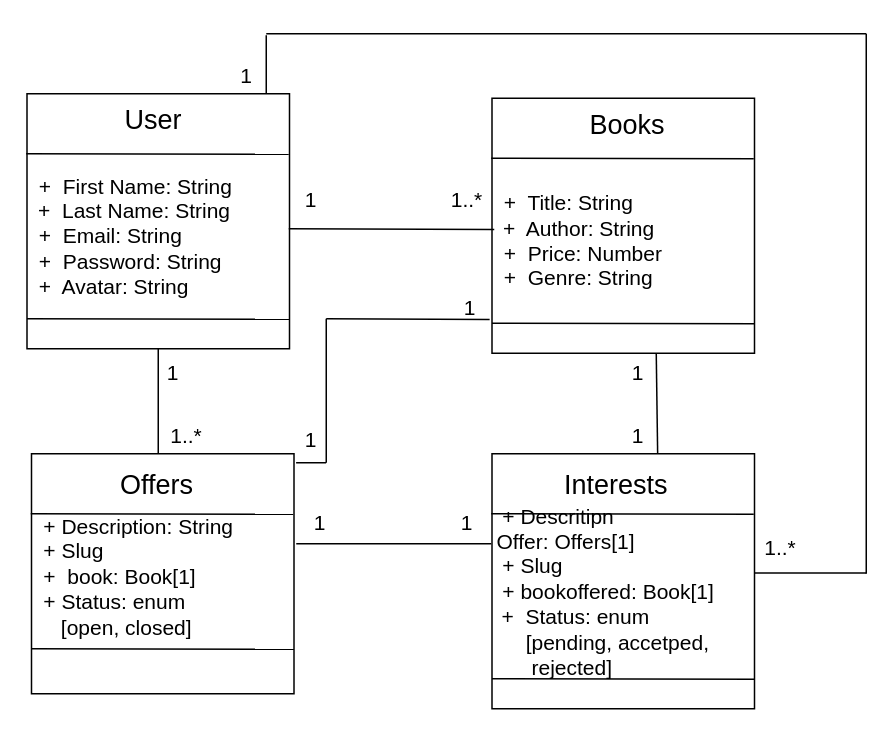
Above: Designs/Database/Project Datamodel.drawio.xml in MUHAMMADFARHAN1/Buchtausch (draw.io), before the change. Source tidied: cells renumbered, new cells numbered last; positions are measured from the earlier drawing's top-left corner, leaving out a move shared by most shapes. Both pictures are drawn from the tidied source at 150%, with x=0, y=0 at pixel (26, 33).
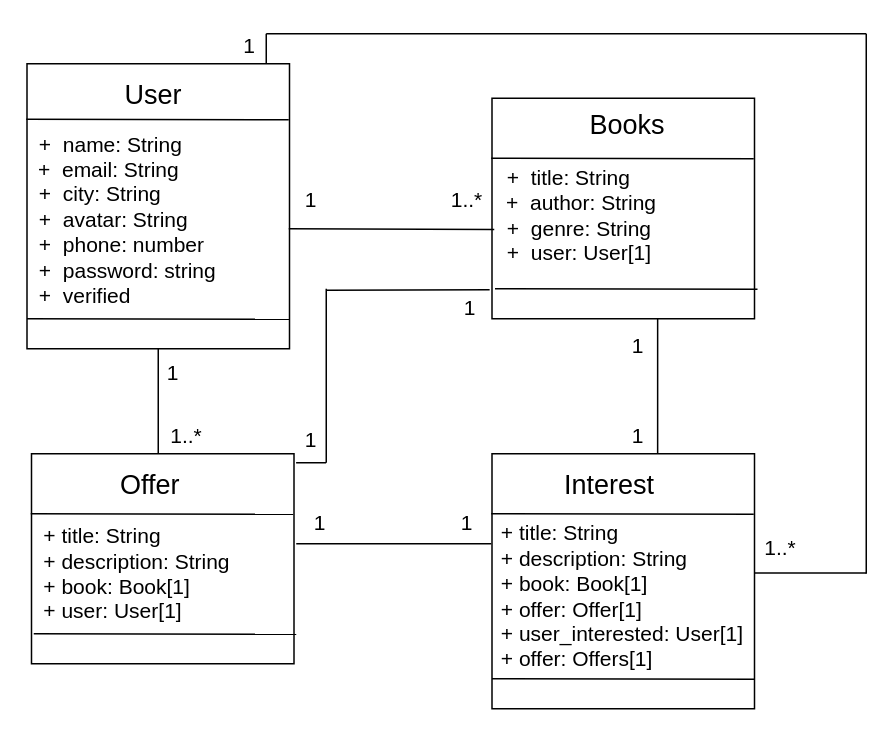
The same diagram, later.

Unchanged cells that the change refers to:
```xml
<mxCell id="17" style="rounded=0;whiteSpace=wrap;html=1;" parent="1" vertex="1">
  <mxGeometry x="310.5" y="280" width="175" height="170" as="geometry" />
</mxCell>
```

The edit, as a diff of the source:
```diff
@@
     <mxCell id="2" style="rounded=0;whiteSpace=wrap;html=1;" parent="1" vertex="1">
-      <mxGeometry x="0.5" y="40" width="175" height="170" as="geometry" />
+      <mxGeometry x="0.5" y="20" width="175" height="190" as="geometry" />
     </mxCell>
     <mxCell id="3" style="endArrow=none;html=1;rounded=0;" parent="1" edge="1">
       <mxGeometry relative="1" as="geometry">
-        <mxPoint y="80" as="sourcePoint" />
-        <mxPoint x="175" y="80.4" as="targetPoint" />
+        <mxPoint y="57" as="sourcePoint" />
+        <mxPoint x="175" y="57.4" as="targetPoint" />
       </mxGeometry>
     </mxCell>
     <mxCell id="4" value="&lt;font style=&quot;font-size: 18px;&quot;&gt;User&lt;/font&gt;" style="text;strokeColor=none;fillColor=none;align=left;verticalAlign=middle;spacingLeft=4;spacingRight=4;overflow=hidden;whiteSpace=wrap;html=1;" parent="1" vertex="1">
-      <mxGeometry x="60" y="43" width="75" height="30" as="geometry" />
+      <mxGeometry x="60" y="26" width="75" height="30" as="geometry" />
     </mxCell>
-    <mxCell id="5" value="&lt;font style=&quot;font-size: 14px;&quot;&gt;&amp;nbsp;+&amp;nbsp; First Name: String&lt;/font&gt;&lt;div&gt;&lt;font style=&quot;&quot;&gt;&amp;nbsp;&lt;font style=&quot;font-size: 14px;&quot;&gt;+&amp;nbsp; Last Name: String&lt;/font&gt;&lt;/font&gt;&lt;/div&gt;&lt;div&gt;&lt;font style=&quot;font-size: 14px;&quot;&gt;&amp;nbsp;+&amp;nbsp; Email: String&lt;/font&gt;&lt;/div&gt;&lt;div&gt;&lt;font style=&quot;font-size: 14px;&quot;&gt;&amp;nbsp;+&amp;nbsp; Password: String&lt;/font&gt;&lt;/div&gt;&lt;div&gt;&lt;font style=&quot;font-size: 14px;&quot;&gt;&amp;nbsp;+&amp;nbsp; Avatar: String&lt;/font&gt;&lt;/div&gt;" style="text;html=1;align=left;verticalAlign=middle;whiteSpace=wrap;rounded=0;" parent="1" vertex="1">
-      <mxGeometry x="3" y="120" width="170" height="30" as="geometry" />
+    <mxCell id="5" value="&lt;font style=&quot;font-size: 14px;&quot;&gt;&amp;nbsp;+&amp;nbsp; name: String&lt;/font&gt;&lt;div&gt;&lt;font style=&quot;&quot;&gt;&amp;nbsp;&lt;font style=&quot;font-size: 14px;&quot;&gt;+&amp;nbsp; email: String&lt;/font&gt;&lt;/font&gt;&lt;/div&gt;&lt;div&gt;&lt;font style=&quot;font-size: 14px;&quot;&gt;&amp;nbsp;+&amp;nbsp; city: String&lt;/font&gt;&lt;/div&gt;&lt;div&gt;&lt;font style=&quot;font-size: 14px;&quot;&gt;&amp;nbsp;+&amp;nbsp; avatar: String&lt;/font&gt;&lt;/div&gt;&lt;div&gt;&lt;font style=&quot;font-size: 14px;&quot;&gt;&amp;nbsp;+&amp;nbsp; phone: number&lt;/font&gt;&lt;/div&gt;&lt;div&gt;&lt;font style=&quot;font-size: 14px;&quot;&gt;&amp;nbsp;+&amp;nbsp; password: string&lt;/font&gt;&lt;/div&gt;&lt;div&gt;&lt;font style=&quot;font-size: 14px;&quot;&gt;&amp;nbsp;+&amp;nbsp; verified&lt;/font&gt;&lt;/div&gt;" style="text;html=1;align=left;verticalAlign=middle;whiteSpace=wrap;rounded=0;" parent="1" vertex="1">
+      <mxGeometry x="3" y="109" width="170" height="30" as="geometry" />
     </mxCell>
@@
     <mxCell id="7" style="rounded=0;whiteSpace=wrap;html=1;" parent="1" vertex="1">
-      <mxGeometry x="310.5" y="43" width="175" height="170" as="geometry" />
+      <mxGeometry x="310.5" y="43" width="175" height="147" as="geometry" />
     </mxCell>
@@
-    <mxCell id="10" value="&lt;font style=&quot;font-size: 14px;&quot;&gt;&amp;nbsp;+&amp;nbsp; Title: String&lt;/font&gt;&lt;div&gt;&lt;font style=&quot;&quot;&gt;&amp;nbsp;&lt;font style=&quot;font-size: 14px;&quot;&gt;+&amp;nbsp; Author: String&lt;/font&gt;&lt;/font&gt;&lt;/div&gt;&lt;div&gt;&lt;font style=&quot;font-size: 14px;&quot;&gt;&amp;nbsp;+&amp;nbsp; Price: Number&lt;/font&gt;&lt;/div&gt;&lt;div&gt;&lt;font style=&quot;font-size: 14px;&quot;&gt;&amp;nbsp;+&amp;nbsp; Genre: String&lt;/font&gt;&lt;/div&gt;" style="text;html=1;align=left;verticalAlign=middle;whiteSpace=wrap;rounded=0;" parent="1" vertex="1">
-      <mxGeometry x="313" y="123" width="170" height="30" as="geometry" />
+    <mxCell id="10" value="&lt;font style=&quot;font-size: 14px;&quot;&gt;&amp;nbsp;+&amp;nbsp; title: String&lt;/font&gt;&lt;div&gt;&lt;font style=&quot;&quot;&gt;&amp;nbsp;&lt;font style=&quot;font-size: 14px;&quot;&gt;+&amp;nbsp; author: String&lt;/font&gt;&lt;/font&gt;&lt;/div&gt;&lt;div&gt;&lt;font style=&quot;font-size: 14px;&quot;&gt;&amp;nbsp;+&amp;nbsp; genre: String&lt;/font&gt;&lt;/div&gt;&lt;div&gt;&lt;font style=&quot;font-size: 14px;&quot;&gt;&amp;nbsp;+&amp;nbsp; user: User&lt;/font&gt;&lt;span style=&quot;font-size: 14px; background-color: transparent; color: light-dark(rgb(0, 0, 0), rgb(255, 255, 255));&quot;&gt;[1]&lt;/span&gt;&lt;/div&gt;&lt;div&gt;&lt;/div&gt;" style="text;html=1;align=left;verticalAlign=middle;whiteSpace=wrap;rounded=0;" parent="1" vertex="1">
+      <mxGeometry x="315" y="106" width="170" height="30" as="geometry" />
     </mxCell>
     <mxCell id="11" style="endArrow=none;html=1;rounded=0;" parent="1" edge="1">
       <mxGeometry relative="1" as="geometry">
-        <mxPoint x="310.5" y="193" as="sourcePoint" />
-        <mxPoint x="485.5" y="193.4" as="targetPoint" />
+        <mxPoint x="312.5" y="170" as="sourcePoint" />
+        <mxPoint x="487.5" y="170.4" as="targetPoint" />
       </mxGeometry>
     </mxCell>
     <mxCell id="12" style="rounded=0;whiteSpace=wrap;html=1;" parent="1" vertex="1">
-      <mxGeometry x="3.5" y="280" width="175" height="160" as="geometry" />
+      <mxGeometry x="3.5" y="280" width="175" height="140" as="geometry" />
     </mxCell>
@@
-    <mxCell id="14" value="&lt;font style=&quot;font-size: 18px;&quot;&gt;Offers&lt;/font&gt;" style="text;strokeColor=none;fillColor=none;align=left;verticalAlign=middle;spacingLeft=4;spacingRight=4;overflow=hidden;whiteSpace=wrap;html=1;" parent="1" vertex="1">
+    <mxCell id="14" value="&lt;font style=&quot;font-size: 18px;&quot;&gt;Offer&lt;/font&gt;" style="text;strokeColor=none;fillColor=none;align=left;verticalAlign=middle;spacingLeft=4;spacingRight=4;overflow=hidden;whiteSpace=wrap;html=1;" parent="1" vertex="1">
       <mxGeometry x="57" y="286" width="75" height="30" as="geometry" />
     </mxCell>
-    <mxCell id="15" value="&lt;div&gt;&lt;font style=&quot;font-size: 14px;&quot;&gt;&amp;nbsp;+ Description: String&lt;/font&gt;&lt;/div&gt;&lt;div&gt;&lt;font style=&quot;font-size: 14px;&quot;&gt;&amp;nbsp;+ Slug&lt;/font&gt;&lt;/div&gt;&lt;font style=&quot;font-size: 14px;&quot;&gt;&amp;nbsp;+&amp;nbsp; book: Book[1]&lt;/font&gt;&lt;div&gt;&lt;div&gt;&lt;font style=&quot;font-size: 14px;&quot;&gt;&amp;nbsp;+ Status: enum&amp;nbsp;&lt;/font&gt;&lt;/div&gt;&lt;div&gt;&lt;font style=&quot;font-size: 14px;&quot;&gt;&amp;nbsp; &amp;nbsp; [open, closed]&lt;/font&gt;&lt;/div&gt;&lt;/div&gt;" style="text;html=1;align=left;verticalAlign=middle;whiteSpace=wrap;rounded=0;" parent="1" vertex="1">
-      <mxGeometry x="6" y="347" width="170" height="30" as="geometry" />
+    <mxCell id="15" value="&lt;div&gt;&lt;font style=&quot;font-size: 14px;&quot;&gt;&amp;nbsp;+ title: String&lt;/font&gt;&lt;/div&gt;&lt;div&gt;&lt;font style=&quot;font-size: 14px;&quot;&gt;&amp;nbsp;+ description: String&lt;/font&gt;&lt;/div&gt;&lt;font style=&quot;font-size: 14px;&quot;&gt;&amp;nbsp;+ book: Book[1]&lt;/font&gt;&lt;div&gt;&lt;div&gt;&lt;font style=&quot;font-size: 14px;&quot;&gt;&amp;nbsp;+ user: User&lt;/font&gt;&lt;span style=&quot;font-size: 14px; background-color: transparent; color: light-dark(rgb(0, 0, 0), rgb(255, 255, 255));&quot;&gt;[1]&lt;/span&gt;&lt;/div&gt;&lt;/div&gt;" style="text;html=1;align=left;verticalAlign=middle;whiteSpace=wrap;rounded=0;" parent="1" vertex="1">
+      <mxGeometry x="6" y="345" width="170" height="30" as="geometry" />
     </mxCell>
     <mxCell id="16" style="endArrow=none;html=1;rounded=0;" parent="1" edge="1">
       <mxGeometry relative="1" as="geometry">
-        <mxPoint x="3.5" y="410" as="sourcePoint" />
-        <mxPoint x="178.5" y="410.4" as="targetPoint" />
+        <mxPoint x="5" y="400" as="sourcePoint" />
+        <mxPoint x="180" y="400.4" as="targetPoint" />
       </mxGeometry>
     </mxCell>
@@
-    <mxCell id="19" value="&lt;font style=&quot;font-size: 18px;&quot;&gt;Interests&lt;/font&gt;" style="text;strokeColor=none;fillColor=none;align=left;verticalAlign=middle;spacingLeft=4;spacingRight=4;overflow=hidden;whiteSpace=wrap;html=1;" parent="1" vertex="1">
+    <mxCell id="19" value="&lt;font style=&quot;font-size: 18px;&quot;&gt;Interest&lt;/font&gt;" style="text;strokeColor=none;fillColor=none;align=left;verticalAlign=middle;spacingLeft=4;spacingRight=4;overflow=hidden;whiteSpace=wrap;html=1;" parent="1" vertex="1">
       <mxGeometry x="353" y="286" width="90" height="30" as="geometry" />
     </mxCell>
-    <mxCell id="20" value="&lt;font style=&quot;font-size: 14px;&quot;&gt;&amp;nbsp;+ Descritipn&lt;/font&gt;&lt;div&gt;&lt;font style=&quot;font-size: 14px;&quot;&gt;Offer: Offers[1]&lt;/font&gt;&lt;div&gt;&lt;span style=&quot;font-size: 14px;&quot;&gt;&amp;nbsp;+ Slug&amp;nbsp;&lt;/span&gt;&lt;/div&gt;&lt;div&gt;&lt;span style=&quot;font-size: 14px;&quot;&gt;&amp;nbsp;+ bookoffered: Book[1]&lt;br&gt;&lt;/span&gt;&lt;div&gt;&amp;nbsp;&lt;font style=&quot;font-size: 14px;&quot;&gt;+&amp;nbsp; Status: enum&amp;nbsp;&lt;/font&gt;&lt;/div&gt;&lt;div&gt;&lt;font style=&quot;font-size: 14px;&quot;&gt;&amp;nbsp; &amp;nbsp; &amp;nbsp;[pending, accetped,&amp;nbsp; &amp;nbsp; &amp;nbsp; &amp;nbsp; &amp;nbsp; &amp;nbsp; rejected]&lt;/font&gt;&lt;/div&gt;&lt;/div&gt;&lt;/div&gt;" style="text;html=1;align=left;verticalAlign=middle;whiteSpace=wrap;rounded=0;" parent="1" vertex="1">
-      <mxGeometry x="311.5" y="357" width="170" height="30" as="geometry" />
+    <mxCell id="20" value="&lt;font style=&quot;font-size: 14px;&quot;&gt;&amp;nbsp;+ title: String&lt;/font&gt;&lt;div&gt;&lt;span style=&quot;font-size: 14px;&quot;&gt;&amp;nbsp;+ description: String&lt;/span&gt;&lt;/div&gt;&lt;div&gt;&lt;span style=&quot;font-size: 14px;&quot;&gt;&amp;nbsp;+ book: Book&lt;/span&gt;&lt;font style=&quot;font-size: 14px;&quot;&gt;[1]&lt;/font&gt;&lt;/div&gt;&lt;div&gt;&lt;font style=&quot;font-size: 14px;&quot;&gt;&amp;nbsp;+ offer: Offer&lt;/font&gt;&lt;span style=&quot;font-size: 14px; background-color: transparent; color: light-dark(rgb(0, 0, 0), rgb(255, 255, 255));&quot;&gt;[1]&lt;/span&gt;&lt;/div&gt;&lt;div&gt;&lt;span style=&quot;font-size: 14px; background-color: transparent; color: light-dark(rgb(0, 0, 0), rgb(255, 255, 255));&quot;&gt;&amp;nbsp;+ user_interested: User&lt;/span&gt;&lt;span style=&quot;font-size: 14px; background-color: transparent; color: light-dark(rgb(0, 0, 0), rgb(255, 255, 255));&quot;&gt;[1]&lt;/span&gt;&lt;/div&gt;&lt;div&gt;&lt;/div&gt;&lt;div&gt;&lt;/div&gt;&lt;div&gt;&lt;span style=&quot;font-size: 14px; background-color: transparent; color: light-dark(rgb(0, 0, 0), rgb(255, 255, 255));&quot;&gt;&amp;nbsp;+ offer: Offers[1]&lt;/span&gt;&lt;/div&gt;" style="text;html=1;align=left;verticalAlign=middle;whiteSpace=wrap;rounded=0;" parent="1" vertex="1">
+      <mxGeometry x="310.5" y="360" width="170" height="30" as="geometry" />
     </mxCell>
@@
-    <mxCell id="24" style="endArrow=none;html=1;rounded=0;exitX=0.5;exitY=1;exitDx=0;exitDy=0;entryX=0.631;entryY=-0.001;entryDx=0;entryDy=0;entryPerimeter=0;" parent="1" edge="1" target="17">
-      <mxGeometry relative="1" as="geometry">
-        <mxPoint x="420" y="213" as="sourcePoint" />
-      </mxGeometry>
+    <mxCell id="24" style="endArrow=none;html=1;rounded=0;exitX=0.631;exitY=1;exitDx=0;exitDy=0;entryX=0.631;entryY=-0.001;entryDx=0;entryDy=0;entryPerimeter=0;exitPerimeter=0;" parent="1" edge="1" source="7" target="17">
+      <mxGeometry relative="1" as="geometry" />
     </mxCell>
@@
     <mxCell id="29" style="endArrow=none;html=1;rounded=0;" parent="1" edge="1">
       <mxGeometry relative="1" as="geometry">
         <mxPoint x="200" y="286" as="sourcePoint" />
-        <mxPoint x="200" y="190" as="targetPoint" />
+        <mxPoint x="200" y="170" as="targetPoint" />
       </mxGeometry>
     </mxCell>
     <mxCell id="30" style="endArrow=none;html=1;rounded=0;entryX=-0.009;entryY=0.868;entryDx=0;entryDy=0;entryPerimeter=0;" parent="1" edge="1" target="7">
       <mxGeometry relative="1" as="geometry">
-        <mxPoint x="200" y="190" as="sourcePoint" />
+        <mxPoint x="200" y="171" as="sourcePoint" />
       </mxGeometry>
     </mxCell>
@@
     <mxCell id="34" value="&lt;font style=&quot;font-size: 14px;&quot;&gt;1&lt;/font&gt;" style="text;html=1;align=center;verticalAlign=middle;whiteSpace=wrap;rounded=0;" parent="1" vertex="1">
-      <mxGeometry x="390.6" y="213" width="33.8" height="25" as="geometry" />
+      <mxGeometry x="390.6" y="195" width="33.8" height="25" as="geometry" />
     </mxCell>
@@
     <mxCell id="38" style="endArrow=none;html=1;rounded=0;" parent="1" edge="1">
       <mxGeometry relative="1" as="geometry">
-        <mxPoint x="160" y="1" as="sourcePoint" />
-        <mxPoint x="160" y="40" as="targetPoint" />
+        <mxPoint x="160" as="sourcePoint" />
+        <mxPoint x="160" y="20" as="targetPoint" />
       </mxGeometry>
     </mxCell>
@@
     <mxCell id="41" value="&lt;font style=&quot;font-size: 14px;&quot;&gt;1&lt;/font&gt;" style="text;html=1;align=center;verticalAlign=middle;whiteSpace=wrap;rounded=0;" parent="1" vertex="1">
-      <mxGeometry x="130" y="15" width="33.8" height="25" as="geometry" />
+      <mxGeometry x="132" y="-5" width="33.8" height="25" as="geometry" />
     </mxCell>
```
